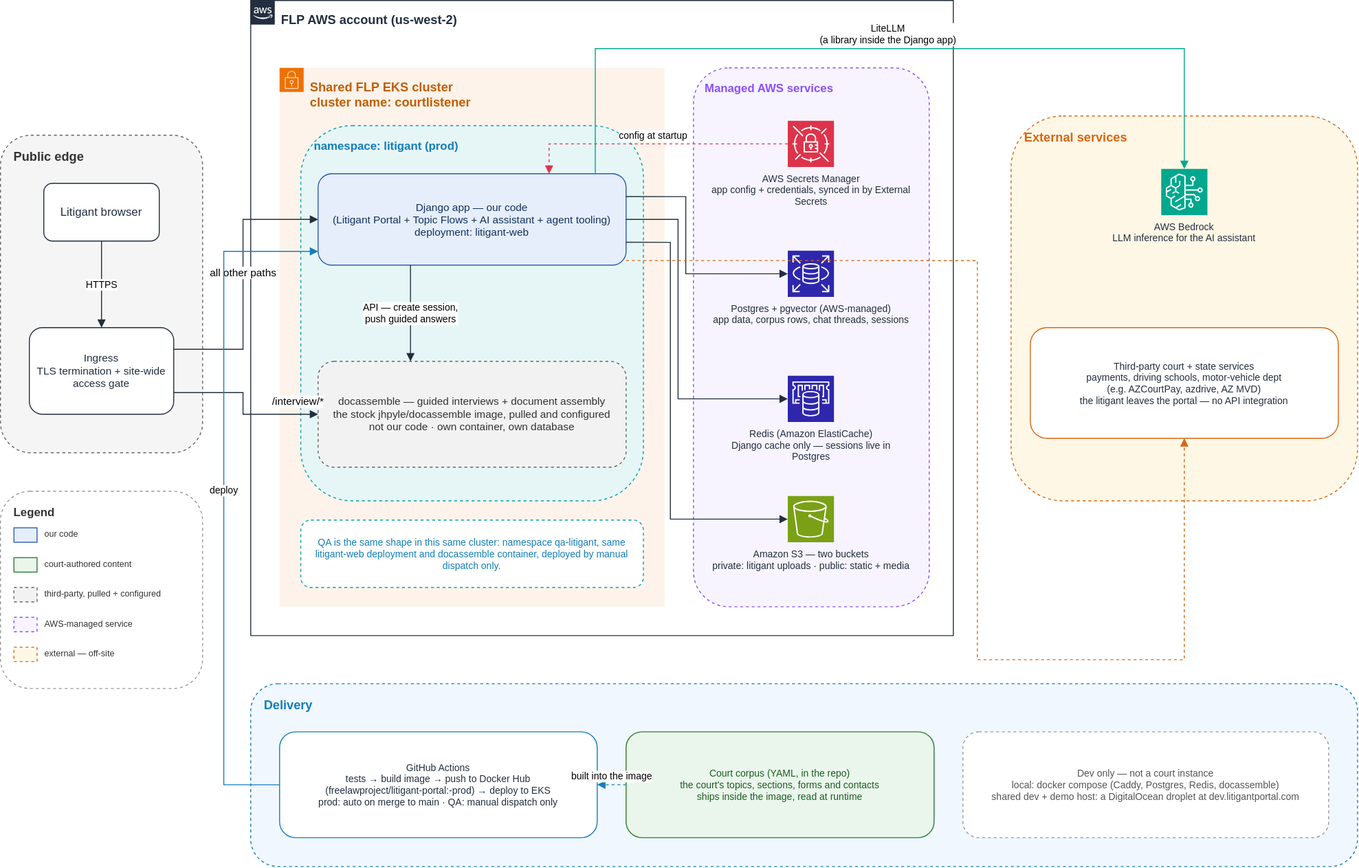
Before: docs/architecture/system-architecture.drawio.svg, a diagram exported from draw.io (freelawproject/litigant-portal). Source tidied: cells renumbered, new cells last; positions are measured from the earlier drawing's top-left corner, leaving out a move shared by most shapes.
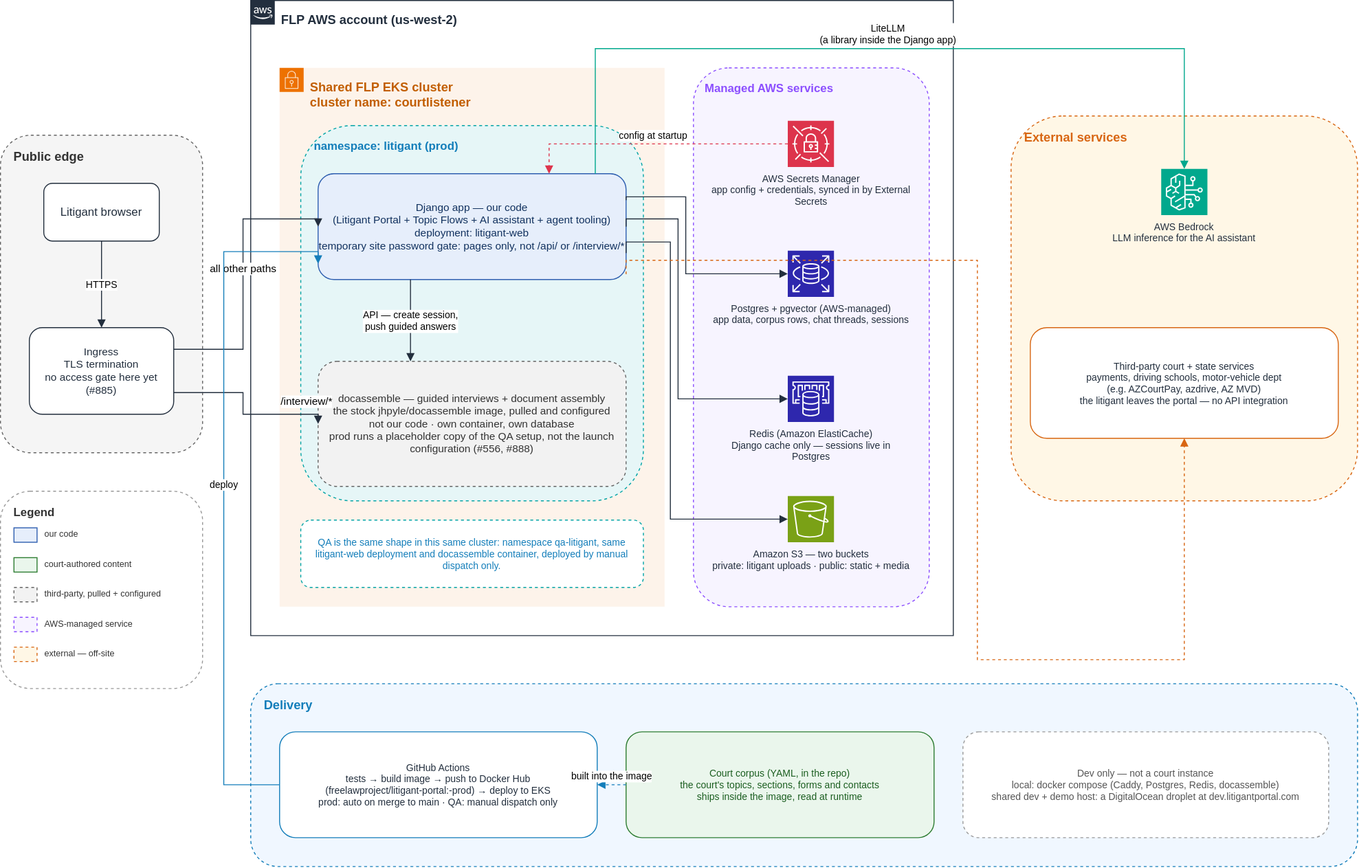
After the change.

Commit message:
docs(architecture): address review on the diagrams and their README

What changed in the source:
```diff
@@ -26,14 +26,14 @@
     <mxCell id="9" value="Litigant browser" style="rounded=1;whiteSpace=wrap;html=1;fillColor=#FFFFFF;strokeColor=#232F3E;fontColor=#232F3E;fontSize=12;" parent="1" vertex="1">
       <mxGeometry x="45" y="190" width="120" height="60" as="geometry" />
     </mxCell>
-    <mxCell id="10" value="Ingress&#10;TLS termination + site-wide access gate" style="rounded=1;whiteSpace=wrap;html=1;fillColor=#FFFFFF;strokeColor=#232F3E;fontColor=#232F3E;fontSize=11;" parent="1" vertex="1">
+    <mxCell id="10" value="Ingress&#10;TLS termination&#10;no access gate here yet (#885)" style="rounded=1;whiteSpace=wrap;html=1;fillColor=#FFFFFF;strokeColor=#232F3E;fontColor=#232F3E;fontSize=11;" parent="1" vertex="1">
       <mxGeometry x="30" y="340" width="150" height="90" as="geometry" />
     </mxCell>
-    <mxCell id="11" value="Django app — our code&#10;(Litigant Portal + Topic Flows + AI assistant + agent tooling)&#10;deployment: litigant-web" style="rounded=1;whiteSpace=wrap;html=1;fillColor=#E6EEFB;strokeColor=#2F5FB0;fontColor=#12325F;fontSize=11;verticalAlign=middle;align=center;" parent="1" vertex="1">
-      <mxGeometry x="330" y="180" width="320" height="95" as="geometry" />
+    <mxCell id="11" value="Django app — our code&#10;(Litigant Portal + Topic Flows + AI assistant + agent tooling)&#10;deployment: litigant-web&#10;temporary site password gate: pages only, not /api/ or /interview/*" style="rounded=1;whiteSpace=wrap;html=1;fillColor=#E6EEFB;strokeColor=#2F5FB0;fontColor=#12325F;fontSize=11;verticalAlign=middle;align=center;" parent="1" vertex="1">
+      <mxGeometry x="330" y="180" width="320" height="110" as="geometry" />
     </mxCell>
-    <mxCell id="12" value="docassemble — guided interviews + document assembly&#10;the stock jhpyle/docassemble image, pulled and configured&#10;not our code · own container, own database" style="rounded=1;whiteSpace=wrap;html=1;fillColor=#F2F2F2;strokeColor=#666666;fontColor=#333333;fontSize=11;verticalAlign=middle;align=center;dashed=1;" parent="1" vertex="1">
-      <mxGeometry x="330" y="375" width="320" height="110" as="geometry" />
+    <mxCell id="12" value="docassemble — guided interviews + document assembly&#10;the stock jhpyle/docassemble image, pulled and configured&#10;not our code · own container, own database&#10;prod runs a placeholder copy of the QA setup, not the launch configuration (#556, #888)" style="rounded=1;whiteSpace=wrap;html=1;fillColor=#F2F2F2;strokeColor=#666666;fontColor=#333333;fontSize=11;verticalAlign=middle;align=center;dashed=1;" parent="1" vertex="1">
+      <mxGeometry x="330" y="375" width="320" height="130" as="geometry" />
     </mxCell>
     <mxCell id="13" value="QA is the same shape in this same cluster: namespace qa-litigant, same litigant-web deployment and docassemble container, deployed by manual dispatch only." style="rounded=1;whiteSpace=wrap;html=1;fillColor=#FFFFFF;strokeColor=#00A4A6;dashed=1;fontColor=#147EBA;fontSize=10;verticalAlign=middle;align=center;" parent="1" vertex="1">
       <mxGeometry x="312" y="540" width="356" height="70" as="geometry" />
```
